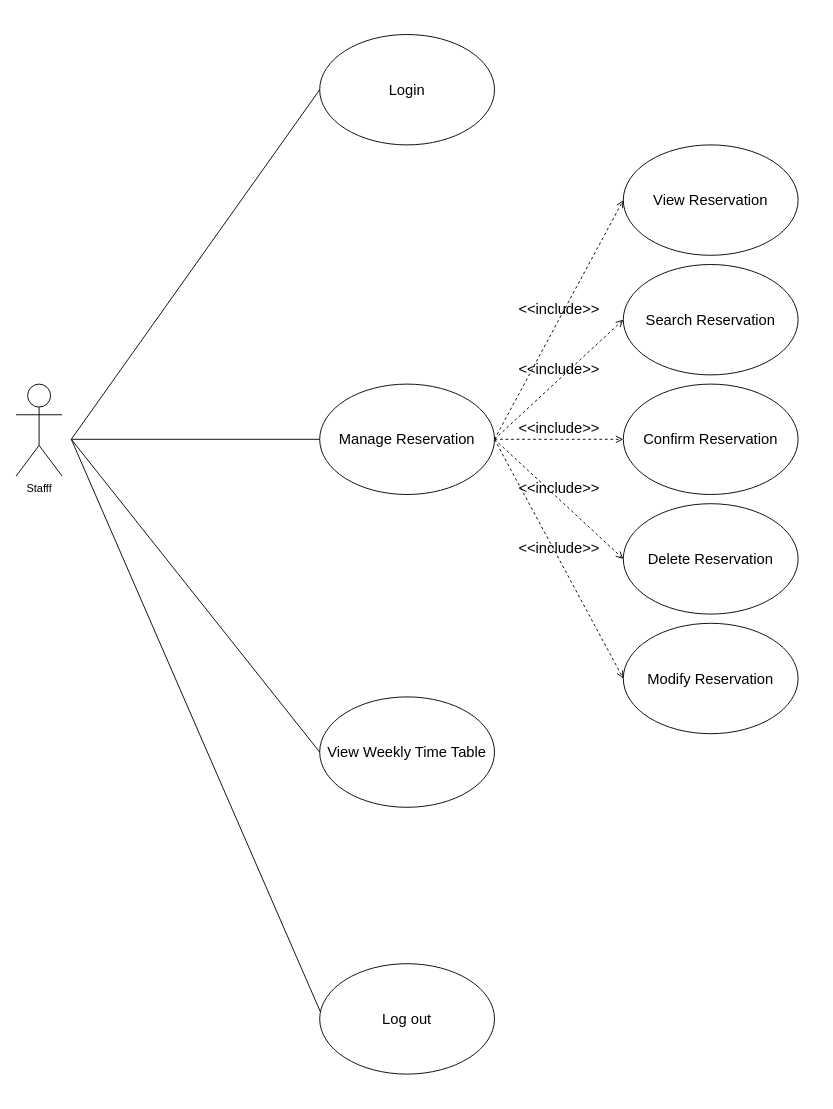
The draw.io diagram HCI_Subject/UseCaseFinal/Staff.drawio in okbayby22/FinalProjectMobile, before the edit. Source tidied: cells renumbered, new cells numbered last; positions are measured from the earlier drawing's top-left corner, leaving out a move shared by most shapes. Both pictures are drawn from the tidied source at 92%, with x=0, y=0 at pixel (16, 34).
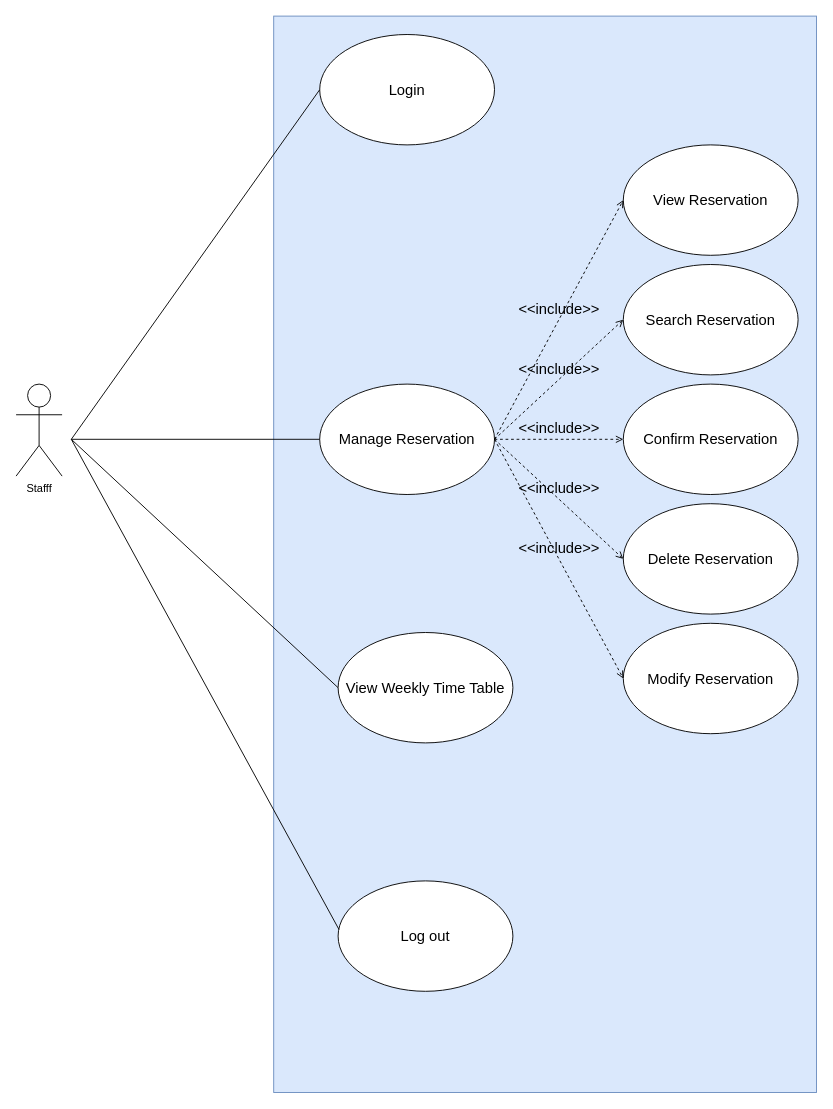
The same diagram, later.

Commit message (it also covers changes not shown here):
[Huytnmce140289]_UpdateUseCase

The change refers to these unchanged cells:
```xml
<mxCell id="3" value="Login" style="ellipse;whiteSpace=wrap;html=1;fontSize=16;" parent="1" vertex="1">
  <mxGeometry x="330" width="190" height="120" as="geometry" />
</mxCell>
<mxCell id="5" value="Manage Reservation" style="ellipse;whiteSpace=wrap;html=1;fontSize=16;" parent="1" vertex="1">
  <mxGeometry x="330" y="380" width="190" height="120" as="geometry" />
</mxCell>
```

The edit, as a diff of the source:
```diff
@@
+    <mxCell id="21" style="rounded=0;whiteSpace=wrap;html=1;fontSize=16;fillColor=#dae8fc;strokeColor=#6c8ebf;" parent="1" vertex="1">
+      <mxGeometry x="280" y="-20" width="590" height="1170" as="geometry" />
+    </mxCell>
@@
-    <mxCell id="4" style="endArrow=none;html=1;entryX=0;entryY=0.5;entryDx=0;entryDy=0;" parent="1" edge="1" target="3">
-      <mxGeometry relative="1" as="geometry">
-        <mxPoint x="60" y="440" as="sourcePoint" />
-      </mxGeometry>
-    </mxCell>
+    <mxCell id="22" style="endArrow=none;html=1;entryX=0;entryY=0.5;entryDx=0;entryDy=0;" parent="1" edge="1" target="3">
+      <mxGeometry relative="1" as="geometry">
+        <mxPoint x="60" y="440" as="sourcePoint" />
+      </mxGeometry>
+    </mxCell>
@@
-    <mxCell id="6" style="endArrow=none;html=1;fontSize=16;entryX=0;entryY=0.5;entryDx=0;entryDy=0;" parent="1" edge="1" target="5">
-      <mxGeometry relative="1" as="geometry">
-        <mxPoint x="60" y="440" as="sourcePoint" />
-      </mxGeometry>
-    </mxCell>
+    <mxCell id="23" style="endArrow=none;html=1;fontSize=16;entryX=0;entryY=0.5;entryDx=0;entryDy=0;" parent="1" edge="1" target="5">
+      <mxGeometry relative="1" as="geometry">
+        <mxPoint x="60" y="440" as="sourcePoint" />
+      </mxGeometry>
+    </mxCell>
@@
     <mxCell id="17" value="View Weekly Time Table" style="ellipse;whiteSpace=wrap;html=1;fontSize=16;" parent="1" vertex="1">
-      <mxGeometry x="330" y="720" width="190" height="120" as="geometry" />
+      <mxGeometry x="350" y="650" width="190" height="120" as="geometry" />
     </mxCell>
-    <mxCell id="18" style="endArrow=none;html=1;fontSize=16;entryX=0;entryY=0.5;entryDx=0;entryDy=0;" parent="1" edge="1" target="17">
-      <mxGeometry relative="1" as="geometry">
-        <mxPoint x="60" y="440" as="sourcePoint" />
-      </mxGeometry>
-    </mxCell>
+    <mxCell id="24" style="endArrow=none;html=1;fontSize=16;entryX=0;entryY=0.5;entryDx=0;entryDy=0;" parent="1" edge="1" target="17">
+      <mxGeometry relative="1" as="geometry">
+        <mxPoint x="60" y="440" as="sourcePoint" />
+      </mxGeometry>
+    </mxCell>
     <mxCell id="19" value="Log out" style="ellipse;whiteSpace=wrap;html=1;fontSize=16;" parent="1" vertex="1">
-      <mxGeometry x="330" y="1010" width="190" height="120" as="geometry" />
+      <mxGeometry x="350" y="920" width="190" height="120" as="geometry" />
     </mxCell>
-    <mxCell id="20" style="endArrow=none;html=1;fontSize=16;entryX=0.005;entryY=0.44;entryDx=0;entryDy=0;entryPerimeter=0;" parent="1" edge="1" target="19">
-      <mxGeometry relative="1" as="geometry">
-        <mxPoint x="60" y="440" as="sourcePoint" />
-      </mxGeometry>
-    </mxCell>
+    <mxCell id="25" style="endArrow=none;html=1;fontSize=16;entryX=0.005;entryY=0.44;entryDx=0;entryDy=0;entryPerimeter=0;" parent="1" edge="1" target="19">
+      <mxGeometry relative="1" as="geometry">
+        <mxPoint x="60" y="440" as="sourcePoint" />
+      </mxGeometry>
+    </mxCell>
```
